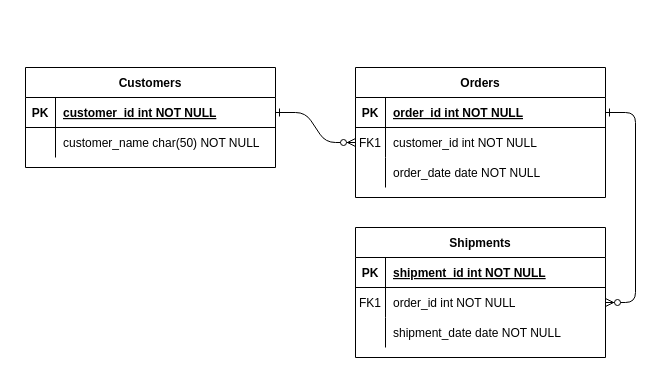
This is page "DER" (1 of 3) of vm-metrics.drawio from Wiu0/diagram, a draw.io file, before an edit. Source tidied: cells renumbered, new cells numbered last; positions are measured from the earlier drawing's top-left corner, leaving out a move shared by most shapes. Both pictures are drawn from the tidied source at 100%, with x=0, y=0 at pixel (25, 67).
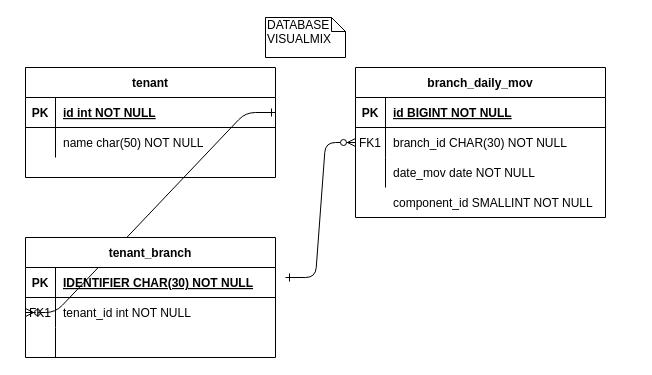
Above is the later version.

Unchanged cells that the change refers to:
```xml
<mxCell id="5" style="shape=partialRectangle;fillColor=none;points=[[0,0.5],[1,0.5]];portConstraint=eastwest;top=0;left=0;right=0;bottom=1;" parent="4" vertex="1">
  <mxGeometry y="30" width="250" height="30" as="geometry" />
</mxCell>
<mxCell id="8" style="shape=partialRectangle;fillColor=none;points=[[0,0.5],[1,0.5]];portConstraint=eastwest;top=0;left=0;right=0;bottom=0;" parent="4" vertex="1">
  <mxGeometry y="60" width="250" height="30" as="geometry" />
</mxCell>
<mxCell id="11" style="shape=partialRectangle;fillColor=none;top=0;left=0;right=0;bottom=0;" parent="4" vertex="1">
  <mxGeometry y="90" width="250" height="30" as="geometry" />
</mxCell>
<mxCell id="25" style="shape=partialRectangle;fillColor=none;points=[[0,0.5],[1,0.5]];portConstraint=eastwest;top=0;left=0;right=0;bottom=1;" parent="24" vertex="1">
  <mxGeometry y="30" width="250" height="30" as="geometry" />
</mxCell>
<mxCell id="28" style="shape=partialRectangle;fillColor=none;top=0;left=0;right=0;bottom=0;" parent="24" vertex="1">
  <mxGeometry y="60" width="250" height="30" as="geometry" />
</mxCell>
```

Change to the diagram source:
```diff
@@
-    <mxCell id="2" style="edgeStyle=entityRelationEdgeStyle;endArrow=ERzeroToMany;startArrow=ERone;endFill=1;startFill=0;" parent="1" edge="1" source="25" target="8">
-      <mxGeometry relative="1" as="geometry" />
+    <mxCell id="2" style="edgeStyle=entityRelationEdgeStyle;endArrow=ERzeroToMany;startArrow=ERone;endFill=1;startFill=0;" parent="1" edge="1" target="8">
+      <mxGeometry relative="1" as="geometry">
+        <mxPoint x="260" y="210" as="sourcePoint" />
+      </mxGeometry>
     </mxCell>
-    <mxCell id="3" style="edgeStyle=entityRelationEdgeStyle;endArrow=ERzeroToMany;startArrow=ERone;endFill=1;startFill=0;" parent="1" edge="1" source="5" target="18">
-      <mxGeometry relative="1" as="geometry" />
-    </mxCell>
-    <mxCell id="4" value="Orders" style="shape=table;startSize=30;childLayout=tableLayout;rowLines=0;fontStyle=1;align=center;" parent="1" vertex="1">
-      <mxGeometry x="330" width="250" height="130" as="geometry" />
+    <mxCell id="4" value="branch_daily_mov" style="shape=table;startSize=30;childLayout=tableLayout;rowLines=0;fontStyle=1;align=center;" parent="1" vertex="1">
+      <mxGeometry x="330" width="250" height="150" as="geometry" />
     </mxCell>
@@
-    <mxCell id="7" value="order_id int NOT NULL " style="shape=partialRectangle;overflow=hidden;fillColor=none;top=0;left=0;bottom=0;right=0;align=left;spacingLeft=6;fontStyle=5;" parent="5" vertex="1">
+    <mxCell id="7" value="id BIGINT NOT NULL " style="shape=partialRectangle;overflow=hidden;fillColor=none;top=0;left=0;bottom=0;right=0;align=left;spacingLeft=6;fontStyle=5;" parent="5" vertex="1">
       <mxGeometry x="30" width="220" height="30" as="geometry" />
     </mxCell>
@@
-    <mxCell id="10" value="customer_id int NOT NULL" style="shape=partialRectangle;overflow=hidden;fillColor=none;top=0;left=0;bottom=0;right=0;align=left;spacingLeft=6;" parent="8" vertex="1">
+    <mxCell id="10" value="branch_id CHAR(30) NOT NULL" style="shape=partialRectangle;overflow=hidden;fillColor=none;top=0;left=0;bottom=0;right=0;align=left;spacingLeft=6;" parent="8" vertex="1">
       <mxGeometry x="30" width="220" height="30" as="geometry" />
     </mxCell>
@@
-    <mxCell id="13" value="order_date date NOT NULL" style="shape=partialRectangle;overflow=hidden;fillColor=none;top=0;left=0;bottom=0;right=0;align=left;spacingLeft=6;" parent="11" vertex="1">
+    <mxCell id="13" value="date_mov date NOT NULL" style="shape=partialRectangle;overflow=hidden;fillColor=none;top=0;left=0;bottom=0;right=0;align=left;spacingLeft=6;" parent="11" vertex="1">
       <mxGeometry x="30" width="220" height="30" as="geometry" />
     </mxCell>
-    <mxCell id="14" value="Shipments" style="shape=table;startSize=30;childLayout=tableLayout;rowLines=0;fontStyle=1;align=center;" parent="1" vertex="1">
-      <mxGeometry x="330" y="160" width="250" height="130" as="geometry" />
-    </mxCell>
-    <mxCell id="15" style="shape=partialRectangle;fillColor=none;top=0;left=0;right=0;bottom=1;" parent="14" vertex="1">
-      <mxGeometry y="30" width="250" height="30" as="geometry" />
-    </mxCell>
-    <mxCell id="16" value="PK" style="shape=partialRectangle;overflow=hidden;fillColor=none;top=0;left=0;bottom=0;right=0;fontStyle=1;" parent="15" vertex="1">
-      <mxGeometry width="30" height="30" as="geometry" />
-    </mxCell>
-    <mxCell id="17" value="shipment_id int NOT NULL " style="shape=partialRectangle;overflow=hidden;fillColor=none;top=0;left=0;bottom=0;right=0;align=left;spacingLeft=6;fontStyle=5;" parent="15" vertex="1">
-      <mxGeometry x="30" width="220" height="30" as="geometry" />
-    </mxCell>
-    <mxCell id="18" style="shape=partialRectangle;fillColor=none;points=[[0,0.5],[1,0.5]];portConstraint=eastwest;top=0;left=0;right=0;bottom=0;" parent="14" vertex="1">
-      <mxGeometry y="60" width="250" height="30" as="geometry" />
-    </mxCell>
-    <mxCell id="19" value="FK1" style="shape=partialRectangle;overflow=hidden;fillColor=none;top=0;left=0;bottom=0;right=0;" parent="18" vertex="1">
-      <mxGeometry width="30" height="30" as="geometry" />
-    </mxCell>
-    <mxCell id="20" value="order_id int NOT NULL" style="shape=partialRectangle;overflow=hidden;fillColor=none;top=0;left=0;bottom=0;right=0;align=left;spacingLeft=6;" parent="18" vertex="1">
-      <mxGeometry x="30" width="220" height="30" as="geometry" />
-    </mxCell>
-    <mxCell id="21" style="shape=partialRectangle;fillColor=none;top=0;left=0;right=0;bottom=0;" parent="14" vertex="1">
-      <mxGeometry y="90" width="250" height="30" as="geometry" />
-    </mxCell>
-    <mxCell id="22" style="shape=partialRectangle;overflow=hidden;fillColor=none;top=0;left=0;bottom=0;right=0;" parent="21" vertex="1">
-      <mxGeometry width="30" height="30" as="geometry" />
-    </mxCell>
-    <mxCell id="23" value="shipment_date date NOT NULL" style="shape=partialRectangle;overflow=hidden;fillColor=none;top=0;left=0;bottom=0;right=0;align=left;spacingLeft=6;" parent="21" vertex="1">
-      <mxGeometry x="30" width="220" height="30" as="geometry" />
-    </mxCell>
-    <mxCell id="24" value="Customers" style="shape=table;startSize=30;childLayout=tableLayout;rowLines=0;fontStyle=1;align=center;" parent="1" vertex="1">
-      <mxGeometry width="250" height="100" as="geometry" />
+    <mxCell id="24" value="tenant" style="shape=table;startSize=30;childLayout=tableLayout;rowLines=0;fontStyle=1;align=center;" parent="1" vertex="1">
+      <mxGeometry width="250" height="110" as="geometry" />
     </mxCell>
@@
-    <mxCell id="27" value="customer_id int NOT NULL " style="shape=partialRectangle;overflow=hidden;fillColor=none;top=0;left=0;bottom=0;right=0;align=left;spacingLeft=6;fontStyle=5;" parent="25" vertex="1">
+    <mxCell id="27" value="id int NOT NULL " style="shape=partialRectangle;overflow=hidden;fillColor=none;top=0;left=0;bottom=0;right=0;align=left;spacingLeft=6;fontStyle=5;" parent="25" vertex="1">
       <mxGeometry x="30" width="220" height="30" as="geometry" />
     </mxCell>
@@
-    <mxCell id="30" value="customer_name char(50) NOT NULL" style="shape=partialRectangle;overflow=hidden;fillColor=none;top=0;left=0;bottom=0;right=0;align=left;spacingLeft=6;" parent="28" vertex="1">
+    <mxCell id="30" value="name char(50) NOT NULL" style="shape=partialRectangle;overflow=hidden;fillColor=none;top=0;left=0;bottom=0;right=0;align=left;spacingLeft=6;" parent="28" vertex="1">
       <mxGeometry x="30" width="220" height="30" as="geometry" />
     </mxCell>
+    <mxCell id="31" value="component_id SMALLINT NOT NULL" style="shape=partialRectangle;overflow=hidden;fillColor=none;top=0;left=0;bottom=0;right=0;align=left;spacingLeft=6;" parent="1" vertex="1">
+      <mxGeometry x="360" y="120" width="220" height="30" as="geometry" />
+    </mxCell>
+    <mxCell id="32" style="edgeStyle=entityRelationEdgeStyle;endArrow=ERzeroToMany;startArrow=ERone;endFill=1;startFill=0;exitX=1;exitY=0.5;exitDx=0;exitDy=0;entryX=0;entryY=0.5;entryDx=0;entryDy=0;" parent="1" edge="1" source="25" target="18">
+      <mxGeometry relative="1" as="geometry" />
+    </mxCell>
+    <mxCell id="33" value="tenant_branch" style="shape=table;startSize=30;childLayout=tableLayout;rowLines=0;fontStyle=1;align=center;" parent="1" vertex="1">
+      <mxGeometry y="170" width="250" height="120" as="geometry" />
+    </mxCell>
+    <mxCell id="15" style="shape=partialRectangle;fillColor=none;top=0;left=0;right=0;bottom=1;" parent="33" vertex="1">
+      <mxGeometry y="30" width="250" height="30" as="geometry" />
+    </mxCell>
+    <mxCell id="16" value="PK" style="shape=partialRectangle;overflow=hidden;fillColor=none;top=0;left=0;bottom=0;right=0;fontStyle=1;" parent="15" vertex="1">
+      <mxGeometry width="30" height="30" as="geometry" />
+    </mxCell>
+    <mxCell id="34" value="IDENTIFIER CHAR(30) NOT NULL " style="shape=partialRectangle;overflow=hidden;fillColor=none;top=0;left=0;bottom=0;right=0;align=left;spacingLeft=6;fontStyle=5;" parent="15" vertex="1">
+      <mxGeometry x="30" width="220" height="30" as="geometry" />
+    </mxCell>
+    <mxCell id="18" style="shape=partialRectangle;fillColor=none;points=[[0,0.5],[1,0.5]];portConstraint=eastwest;top=0;left=0;right=0;bottom=0;" parent="33" vertex="1">
+      <mxGeometry y="60" width="250" height="30" as="geometry" />
+    </mxCell>
+    <mxCell id="19" value="FK1" style="shape=partialRectangle;overflow=hidden;fillColor=none;top=0;left=0;bottom=0;right=0;" parent="18" vertex="1">
+      <mxGeometry width="30" height="30" as="geometry" />
+    </mxCell>
+    <mxCell id="35" value="tenant_id int NOT NULL" style="shape=partialRectangle;overflow=hidden;fillColor=none;top=0;left=0;bottom=0;right=0;align=left;spacingLeft=6;" parent="18" vertex="1">
+      <mxGeometry x="30" width="220" height="30" as="geometry" />
+    </mxCell>
+    <mxCell id="21" style="shape=partialRectangle;fillColor=none;top=0;left=0;right=0;bottom=0;" parent="33" vertex="1">
+      <mxGeometry y="90" width="250" height="30" as="geometry" />
+    </mxCell>
+    <mxCell id="22" style="shape=partialRectangle;overflow=hidden;fillColor=none;top=0;left=0;bottom=0;right=0;" parent="21" vertex="1">
+      <mxGeometry width="30" height="30" as="geometry" />
+    </mxCell>
+    <mxCell id="36" style="shape=partialRectangle;overflow=hidden;fillColor=none;top=0;left=0;bottom=0;right=0;align=left;spacingLeft=6;" parent="21" vertex="1">
+      <mxGeometry x="30" width="220" height="30" as="geometry" />
+    </mxCell>
+    <mxCell id="37" value="DATABASE VISUALMIX" style="shape=note;whiteSpace=wrap;html=1;size=14;verticalAlign=top;align=left;spacingTop=-6;" parent="1" vertex="1">
+      <mxGeometry x="240" y="-50" width="80" height="40" as="geometry" />
+    </mxCell>
```
